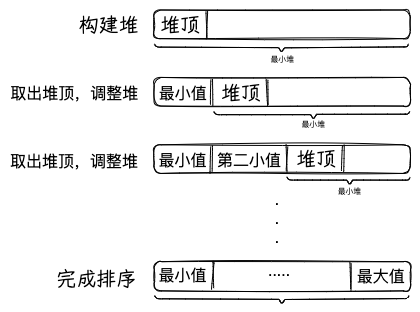
iDukeLu/iDukeLu.github.io keeps this Excalidraw diagram as excalidraw/sort/heap_sort.excalidraw.png. Above is the earlier version. Source tidied: one line per element, renumbered; positions are measured from the earlier drawing's top-left corner, leaving out a move shared by most shapes. Source of this version:
```json
{"id": 0, "type": "text", "text": "构建堆", "strokeColor": "#000000", "strokeWidth": 1, "roughness": 1, "fontSize": 20, "fontFamily": 1, "x": 69, "y": 4, "width": 60, "height": 24}
{"id": 1, "type": "rectangle", "strokeColor": "#000000", "strokeWidth": 1, "roughness": 1, "round": true, "x": 144, "y": 0, "width": 256, "height": 29}
{"id": 2, "type": "line", "strokeColor": "#000000", "strokeWidth": 1, "roughness": 1, "round": true, "x": 197, "y": 1, "width": 1, "height": 26, "points": [[0, 0], [-1, 26]]}
{"id": 3, "type": "text", "text": "堆顶", "strokeColor": "#000000", "strokeWidth": 1, "roughness": 1, "fontSize": 20, "fontFamily": 1, "x": 150, "y": 4, "width": 40, "height": 24}
{"id": 4, "type": "rectangle", "strokeColor": "#000000", "strokeWidth": 1, "roughness": 1, "round": true, "x": 144, "y": 67, "width": 256, "height": 29}
{"id": 5, "type": "line", "strokeColor": "#000000", "strokeWidth": 1, "roughness": 1, "round": true, "x": 258, "y": 69, "width": 1, "height": 26, "points": [[0, 0], [-1, 26]]}
{"id": 6, "type": "text", "text": "堆顶", "strokeColor": "#000000", "strokeWidth": 1, "roughness": 1, "fontSize": 20, "fontFamily": 1, "x": 211, "y": 72, "width": 40, "height": 24}
{"id": 7, "type": "line", "strokeColor": "#000000", "strokeWidth": 1, "roughness": 1, "round": true, "x": 202, "y": 69, "width": 1, "height": 26, "points": [[0, 0], [-1, 26]]}
{"id": 8, "type": "text", "text": "最小值", "strokeColor": "#000000", "strokeWidth": 1, "roughness": 1, "fontSize": 16, "fontFamily": 2, "x": 149, "y": 72, "width": 48, "height": 19}
{"id": 9, "type": "text", "text": "取出堆顶，调整堆", "strokeColor": "#000000", "strokeWidth": 1, "roughness": 1, "fontSize": 16, "fontFamily": 2, "x": 0, "y": 73, "width": 128, "height": 19}
{"id": 10, "type": "rectangle", "strokeColor": "#000000", "strokeWidth": 1, "roughness": 1, "round": true, "x": 144, "y": 135, "width": 256, "height": 29}
{"id": 11, "type": "line", "strokeColor": "#000000", "strokeWidth": 1, "roughness": 1, "round": true, "x": 333, "y": 136, "width": 1, "height": 26, "points": [[0, 0], [-1, 26]]}
{"id": 12, "type": "text", "text": "堆顶", "strokeColor": "#000000", "strokeWidth": 1, "roughness": 1, "fontSize": 20, "fontFamily": 1, "x": 286, "y": 138, "width": 40, "height": 24}
{"id": 13, "type": "line", "strokeColor": "#000000", "strokeWidth": 1, "roughness": 1, "round": true, "x": 277, "y": 135, "width": 1, "height": 26, "points": [[0, 0], [-1, 26]]}
{"id": 14, "type": "text", "text": "最小值", "strokeColor": "#000000", "strokeWidth": 1, "roughness": 1, "fontSize": 16, "fontFamily": 2, "x": 149, "y": 140, "width": 48, "height": 19}
{"id": 15, "type": "text", "text": "取出堆顶，调整堆", "strokeColor": "#000000", "strokeWidth": 1, "roughness": 1, "fontSize": 16, "fontFamily": 2, "x": 0, "y": 140, "width": 128, "height": 19}
{"id": 16, "type": "line", "strokeColor": "#000000", "strokeWidth": 1, "roughness": 1, "round": true, "x": 202, "y": 137, "width": 1, "height": 26, "points": [[0, 0], [-1, 26]]}
{"id": 17, "type": "text", "text": "第二小值", "strokeColor": "#000000", "strokeWidth": 1, "roughness": 1, "fontSize": 16, "fontFamily": 2, "x": 207, "y": 140, "width": 64, "height": 19}
{"id": 18, "type": "line", "strokeColor": "#000000", "strokeWidth": 1, "roughness": 0, "round": true, "x": 144, "y": 34, "width": 8, "height": 3, "points": [[0, 0], [3, 3], [8, 3]]}
{"id": 19, "type": "line", "strokeColor": "#000000", "strokeWidth": 1, "roughness": 0, "round": true, "x": 152, "y": 37, "width": 117, "height": 1, "points": [[0, 0], [117, 1]]}
{"id": 20, "type": "line", "strokeColor": "#000000", "strokeWidth": 1, "roughness": 0, "round": true, "x": 269, "y": 38, "width": 6, "height": 4, "points": [[0, 0], [3, 4], [6, 0]]}
{"id": 21, "type": "line", "strokeColor": "#000000", "strokeWidth": 1, "roughness": 0, "round": true, "x": 275, "y": 38, "width": 119, "height": 1, "points": [[0, 0], [119, -1]]}
{"id": 22, "type": "line", "strokeColor": "#000000", "strokeWidth": 1, "roughness": 0, "round": true, "x": 394, "y": 37, "width": 5, "height": 3, "points": [[0, 0], [3, 0], [5, -3]]}
{"id": 23, "type": "text", "text": "最小堆", "strokeColor": "#000000", "strokeWidth": 1, "roughness": 0, "fontSize": 7.86, "fontFamily": 2, "x": 260, "y": 44, "width": 24, "height": 9}
{"id": 24, "type": "line", "strokeColor": "#000000", "strokeWidth": 1, "roughness": 0, "round": true, "x": 204, "y": 102, "width": 8, "height": 3, "points": [[0, 0], [3, 3], [8, 3]]}
{"id": 25, "type": "line", "strokeColor": "#000000", "strokeWidth": 1, "roughness": 0, "round": true, "x": 211, "y": 105, "width": 89, "height": 0, "points": [[0, 0], [89, 0]]}
{"id": 26, "type": "line", "strokeColor": "#000000", "strokeWidth": 1, "roughness": 0, "round": true, "x": 301, "y": 105, "width": 6, "height": 4, "points": [[0, 0], [3, 4], [6, 0]]}
{"id": 27, "type": "line", "strokeColor": "#000000", "strokeWidth": 1, "roughness": 0, "round": true, "x": 395, "y": 104, "width": 5, "height": 3, "points": [[0, 0], [3, 0], [5, -3]]}
{"id": 28, "type": "text", "text": "最小堆", "strokeColor": "#000000", "strokeWidth": 1, "roughness": 0, "fontSize": 7.86, "fontFamily": 2, "x": 292, "y": 109, "width": 24, "height": 9}
{"id": 29, "type": "line", "strokeColor": "#000000", "strokeWidth": 1, "roughness": 0, "round": true, "x": 307, "y": 104, "width": 89, "height": 0, "points": [[0, 0], [89, 0]]}
{"id": 30, "type": "line", "strokeColor": "#000000", "strokeWidth": 1, "roughness": 0, "round": true, "x": 277, "y": 167, "width": 8, "height": 3, "points": [[0, 0], [3, 3], [8, 3]]}
{"id": 31, "type": "line", "strokeColor": "#000000", "strokeWidth": 1, "roughness": 0, "round": true, "x": 284, "y": 170, "width": 53, "height": 0, "points": [[0, 0], [53, 0]]}
{"id": 32, "type": "line", "strokeColor": "#000000", "strokeWidth": 1, "roughness": 0, "round": true, "x": 337, "y": 170, "width": 6, "height": 4, "points": [[0, 0], [3, 4], [6, 0]]}
{"id": 33, "type": "line", "strokeColor": "#000000", "strokeWidth": 1, "roughness": 0, "round": true, "x": 395, "y": 170, "width": 5, "height": 3, "points": [[0, 0], [3, 0], [5, -3]]}
{"id": 34, "type": "text", "text": "最小堆", "strokeColor": "#000000", "strokeWidth": 1, "roughness": 0, "fontSize": 7.86, "fontFamily": 2, "x": 328, "y": 176, "width": 24, "height": 9}
{"id": 35, "type": "line", "strokeColor": "#000000", "strokeWidth": 1, "roughness": 0, "round": true, "x": 343, "y": 170, "width": 53, "height": 0, "points": [[0, 0], [53, 0]]}
{"id": 36, "type": "text", "text": ".\n.\n.", "strokeColor": "#000000", "strokeWidth": 1, "roughness": 0, "fontSize": 16, "fontFamily": 2, "x": 265, "y": 179, "width": 4, "height": 58}
{"id": 37, "type": "text", "text": "完成排序", "strokeColor": "#000000", "strokeWidth": 1, "roughness": 1, "fontSize": 20, "fontFamily": 1, "x": 46, "y": 258, "width": 80, "height": 24}
{"id": 38, "type": "rectangle", "strokeColor": "#000000", "strokeWidth": 1, "roughness": 1, "round": true, "x": 144, "y": 252, "width": 256, "height": 29}
{"id": 39, "type": "line", "strokeColor": "#000000", "strokeWidth": 1, "roughness": 1, "round": true, "x": 203, "y": 252, "width": 1, "height": 26, "points": [[0, 0], [-1, 26]]}
{"id": 40, "type": "line", "strokeColor": "#000000", "strokeWidth": 1, "roughness": 0, "round": true, "x": 145, "y": 286, "width": 8, "height": 3, "points": [[0, 0], [3, 3], [8, 3]]}
{"id": 41, "type": "line", "strokeColor": "#000000", "strokeWidth": 1, "roughness": 0, "round": true, "x": 152, "y": 289, "width": 117, "height": 1, "points": [[0, 0], [117, 1]]}
{"id": 42, "type": "line", "strokeColor": "#000000", "strokeWidth": 1, "roughness": 0, "round": true, "x": 269, "y": 289, "width": 6, "height": 4, "points": [[0, 0], [3, 4], [6, 0]]}
{"id": 43, "type": "line", "strokeColor": "#000000", "strokeWidth": 1, "roughness": 0, "round": true, "x": 275, "y": 289, "width": 119, "height": 1, "points": [[0, 0], [119, -1]]}
{"id": 44, "type": "line", "strokeColor": "#000000", "strokeWidth": 1, "roughness": 0, "round": true, "x": 394, "y": 289, "width": 5, "height": 3, "points": [[0, 0], [3, 0], [5, -3]]}
{"id": 45, "type": "text", "text": "最小值", "strokeColor": "#000000", "strokeWidth": 1, "roughness": 1, "fontSize": 16, "fontFamily": 2, "x": 148, "y": 255, "width": 48, "height": 19}
{"id": 46, "type": "text", "text": "最大值", "strokeColor": "#000000", "strokeWidth": 1, "roughness": 1, "fontSize": 16, "fontFamily": 2, "x": 347, "y": 256, "width": 48, "height": 19}
{"id": 47, "type": "line", "strokeColor": "#000000", "strokeWidth": 1, "roughness": 1, "round": true, "x": 341, "y": 253, "width": 1, "height": 26, "points": [[0, 0], [-1, 26]]}
{"id": 48, "type": "text", "text": ".....", "strokeColor": "#000000", "strokeWidth": 1, "roughness": 0, "fontSize": 16, "fontFamily": 2, "x": 258, "y": 250, "width": 22, "height": 19}
```
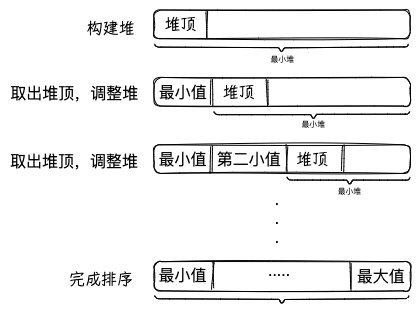
Later version of the same file.

Change to the diagram source:
```diff
@@ -1,21 +1,21 @@
-{"id": 0, "type": "text", "text": "构建堆", "strokeColor": "#000000", "strokeWidth": 1, "roughness": 1, "fontSize": 20, "fontFamily": 1, "x": 69, "y": 4, "width": 60, "height": 24}
+{"id": 0, "type": "text", "text": "构建堆", "strokeColor": "#000000", "strokeWidth": 1, "roughness": 1, "fontSize": 16, "fontFamily": 1, "x": 77, "y": 9, "width": 48, "height": 19}
 {"id": 1, "type": "rectangle", "strokeColor": "#000000", "strokeWidth": 1, "roughness": 1, "round": true, "x": 144, "y": 0, "width": 256, "height": 29}
 {"id": 2, "type": "line", "strokeColor": "#000000", "strokeWidth": 1, "roughness": 1, "round": true, "x": 197, "y": 1, "width": 1, "height": 26, "points": [[0, 0], [-1, 26]]}
-{"id": 3, "type": "text", "text": "堆顶", "strokeColor": "#000000", "strokeWidth": 1, "roughness": 1, "fontSize": 20, "fontFamily": 1, "x": 150, "y": 4, "width": 40, "height": 24}
+{"id": 3, "type": "text", "text": "堆顶", "strokeColor": "#000000", "strokeWidth": 1, "roughness": 1, "fontSize": 16, "fontFamily": 1, "x": 154, "y": 6, "width": 32, "height": 19}
 {"id": 4, "type": "rectangle", "strokeColor": "#000000", "strokeWidth": 1, "roughness": 1, "round": true, "x": 144, "y": 67, "width": 256, "height": 29}
 {"id": 5, "type": "line", "strokeColor": "#000000", "strokeWidth": 1, "roughness": 1, "round": true, "x": 258, "y": 69, "width": 1, "height": 26, "points": [[0, 0], [-1, 26]]}
-{"id": 6, "type": "text", "text": "堆顶", "strokeColor": "#000000", "strokeWidth": 1, "roughness": 1, "fontSize": 20, "fontFamily": 1, "x": 211, "y": 72, "width": 40, "height": 24}
+{"id": 6, "type": "text", "text": "堆顶", "strokeColor": "#000000", "strokeWidth": 1, "roughness": 1, "fontSize": 16, "fontFamily": 1, "x": 213, "y": 74, "width": 32, "height": 19}
 {"id": 7, "type": "line", "strokeColor": "#000000", "strokeWidth": 1, "roughness": 1, "round": true, "x": 202, "y": 69, "width": 1, "height": 26, "points": [[0, 0], [-1, 26]]}
-{"id": 8, "type": "text", "text": "最小值", "strokeColor": "#000000", "strokeWidth": 1, "roughness": 1, "fontSize": 16, "fontFamily": 2, "x": 149, "y": 72, "width": 48, "height": 19}
+{"id": 8, "type": "text", "text": "最小值", "strokeColor": "#000000", "strokeWidth": 1, "roughness": 1, "fontSize": 16, "fontFamily": 2, "x": 149, "y": 71, "width": 48, "height": 19}
 {"id": 9, "type": "text", "text": "取出堆顶，调整堆", "strokeColor": "#000000", "strokeWidth": 1, "roughness": 1, "fontSize": 16, "fontFamily": 2, "x": 0, "y": 73, "width": 128, "height": 19}
 {"id": 10, "type": "rectangle", "strokeColor": "#000000", "strokeWidth": 1, "roughness": 1, "round": true, "x": 144, "y": 135, "width": 256, "height": 29}
 {"id": 11, "type": "line", "strokeColor": "#000000", "strokeWidth": 1, "roughness": 1, "round": true, "x": 333, "y": 136, "width": 1, "height": 26, "points": [[0, 0], [-1, 26]]}
-{"id": 12, "type": "text", "text": "堆顶", "strokeColor": "#000000", "strokeWidth": 1, "roughness": 1, "fontSize": 20, "fontFamily": 1, "x": 286, "y": 138, "width": 40, "height": 24}
+{"id": 12, "type": "text", "text": "堆顶", "strokeColor": "#000000", "strokeWidth": 1, "roughness": 1, "fontSize": 16, "fontFamily": 1, "x": 286, "y": 141, "width": 32, "height": 19}
 {"id": 13, "type": "line", "strokeColor": "#000000", "strokeWidth": 1, "roughness": 1, "round": true, "x": 277, "y": 135, "width": 1, "height": 26, "points": [[0, 0], [-1, 26]]}
-{"id": 14, "type": "text", "text": "最小值", "strokeColor": "#000000", "strokeWidth": 1, "roughness": 1, "fontSize": 16, "fontFamily": 2, "x": 149, "y": 140, "width": 48, "height": 19}
+{"id": 14, "type": "text", "text": "最小值", "strokeColor": "#000000", "strokeWidth": 1, "roughness": 1, "fontSize": 16, "fontFamily": 2, "x": 149, "y": 139, "width": 48, "height": 19}
 {"id": 15, "type": "text", "text": "取出堆顶，调整堆", "strokeColor": "#000000", "strokeWidth": 1, "roughness": 1, "fontSize": 16, "fontFamily": 2, "x": 0, "y": 140, "width": 128, "height": 19}
 {"id": 16, "type": "line", "strokeColor": "#000000", "strokeWidth": 1, "roughness": 1, "round": true, "x": 202, "y": 137, "width": 1, "height": 26, "points": [[0, 0], [-1, 26]]}
-{"id": 17, "type": "text", "text": "第二小值", "strokeColor": "#000000", "strokeWidth": 1, "roughness": 1, "fontSize": 16, "fontFamily": 2, "x": 207, "y": 140, "width": 64, "height": 19}
+{"id": 17, "type": "text", "text": "第二小值", "strokeColor": "#000000", "strokeWidth": 1, "roughness": 1, "fontSize": 16, "fontFamily": 2, "x": 207, "y": 139, "width": 64, "height": 19}
 {"id": 18, "type": "line", "strokeColor": "#000000", "strokeWidth": 1, "roughness": 0, "round": true, "x": 144, "y": 34, "width": 8, "height": 3, "points": [[0, 0], [3, 3], [8, 3]]}
 {"id": 19, "type": "line", "strokeColor": "#000000", "strokeWidth": 1, "roughness": 0, "round": true, "x": 152, "y": 37, "width": 117, "height": 1, "points": [[0, 0], [117, 1]]}
 {"id": 20, "type": "line", "strokeColor": "#000000", "strokeWidth": 1, "roughness": 0, "round": true, "x": 269, "y": 38, "width": 6, "height": 4, "points": [[0, 0], [3, 4], [6, 0]]}
@@ -35,7 +35,7 @@
 {"id": 34, "type": "text", "text": "最小堆", "strokeColor": "#000000", "strokeWidth": 1, "roughness": 0, "fontSize": 7.86, "fontFamily": 2, "x": 328, "y": 176, "width": 24, "height": 9}
 {"id": 35, "type": "line", "strokeColor": "#000000", "strokeWidth": 1, "roughness": 0, "round": true, "x": 343, "y": 170, "width": 53, "height": 0, "points": [[0, 0], [53, 0]]}
 {"id": 36, "type": "text", "text": ".\n.\n.", "strokeColor": "#000000", "strokeWidth": 1, "roughness": 0, "fontSize": 16, "fontFamily": 2, "x": 265, "y": 179, "width": 4, "height": 58}
-{"id": 37, "type": "text", "text": "完成排序", "strokeColor": "#000000", "strokeWidth": 1, "roughness": 1, "fontSize": 20, "fontFamily": 1, "x": 46, "y": 258, "width": 80, "height": 24}
+{"id": 37, "type": "text", "text": "完成排序", "strokeColor": "#000000", "strokeWidth": 1, "roughness": 1, "fontSize": 16, "fontFamily": 1, "x": 59, "y": 260, "width": 64, "height": 19}
 {"id": 38, "type": "rectangle", "strokeColor": "#000000", "strokeWidth": 1, "roughness": 1, "round": true, "x": 144, "y": 252, "width": 256, "height": 29}
 {"id": 39, "type": "line", "strokeColor": "#000000", "strokeWidth": 1, "roughness": 1, "round": true, "x": 203, "y": 252, "width": 1, "height": 26, "points": [[0, 0], [-1, 26]]}
 {"id": 40, "type": "line", "strokeColor": "#000000", "strokeWidth": 1, "roughness": 0, "round": true, "x": 145, "y": 286, "width": 8, "height": 3, "points": [[0, 0], [3, 3], [8, 3]]}
```
